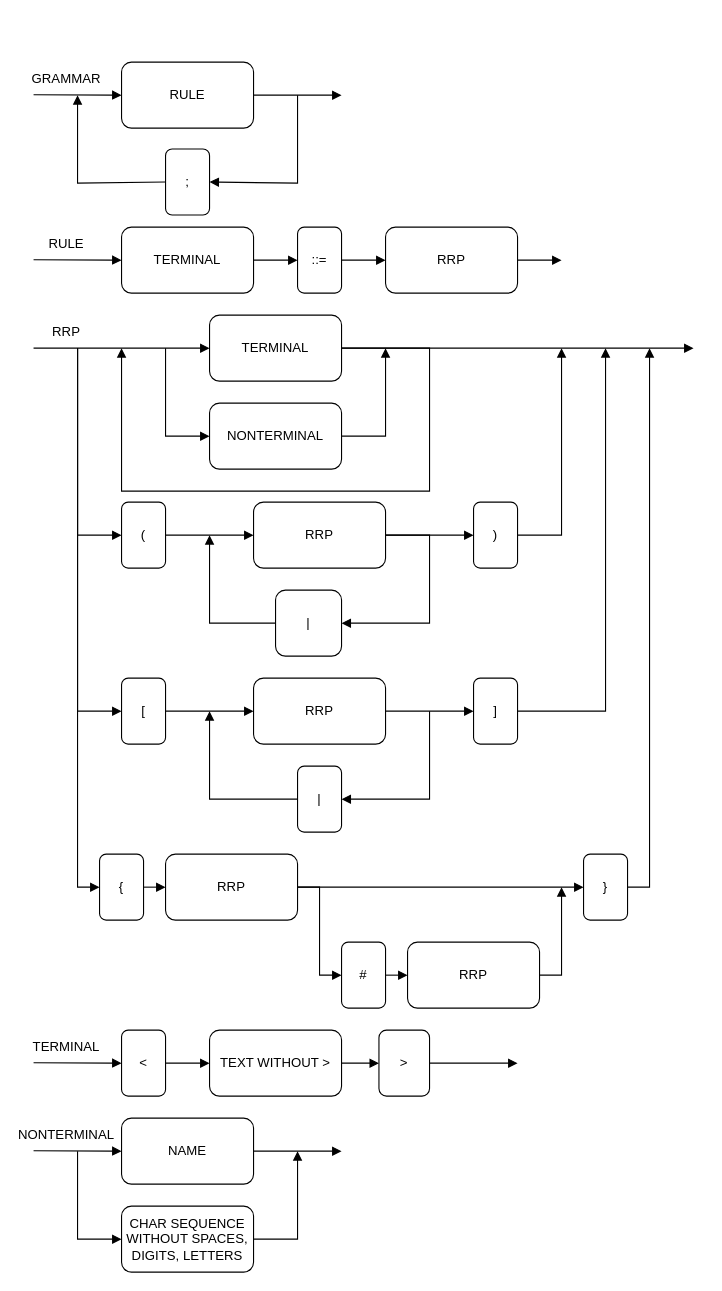
aVorotnikov/dsl_generator keeps this draw.io diagram as docs/raw_diagrams/grammar_description.drawio. Above is the earlier version. Source tidied: cells renumbered, new cells numbered last; positions are measured from the earlier drawing's top-left corner, leaving out a move shared by most shapes. Both pictures are drawn from the tidied source at 110%, with x=0, y=0 at pixel (33, 62).
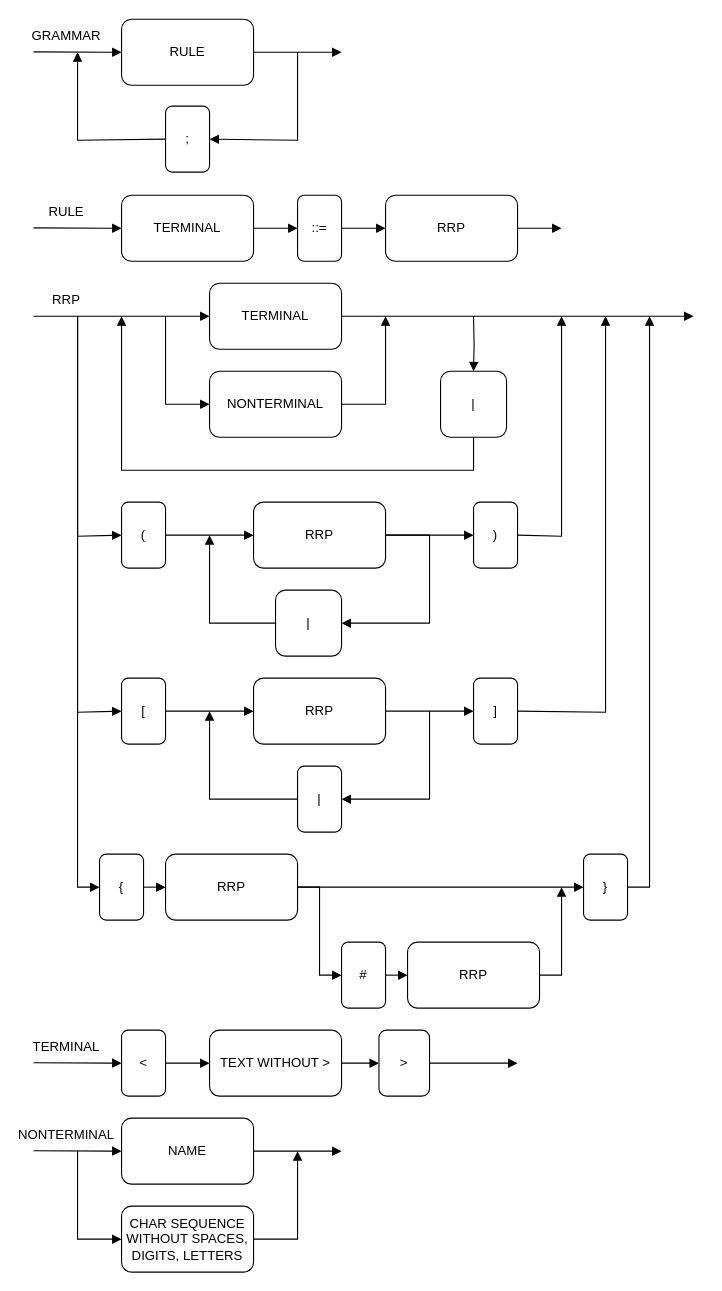
The same page after the edit.

Commit message:
Fix right rule part in terminal/nonterminal root

The change refers to these unchanged cells:
```xml
<mxCell id="31" value="[" style="rounded=1;whiteSpace=wrap;html=1;" parent="1" vertex="1">
  <mxGeometry x="80" y="560" width="40" height="60" as="geometry" />
</mxCell>
<mxCell id="34" value="]" style="rounded=1;whiteSpace=wrap;html=1;" parent="1" vertex="1">
  <mxGeometry x="400" y="560" width="40" height="60" as="geometry" />
</mxCell>
<mxCell id="42" value="{" style="rounded=1;whiteSpace=wrap;html=1;" parent="1" vertex="1">
  <mxGeometry x="60" y="720" width="40" height="60" as="geometry" />
</mxCell>
<mxCell id="45" value="}" style="rounded=1;whiteSpace=wrap;html=1;" parent="1" vertex="1">
  <mxGeometry x="500" y="720" width="40" height="60" as="geometry" />
</mxCell>
<mxCell id="50" value="(" style="rounded=1;whiteSpace=wrap;html=1;" parent="1" vertex="1">
  <mxGeometry x="80" y="400" width="40" height="60" as="geometry" />
</mxCell>
<mxCell id="51" value=")" style="rounded=1;whiteSpace=wrap;html=1;" parent="1" vertex="1">
  <mxGeometry x="400" y="400" width="40" height="60" as="geometry" />
</mxCell>
```

The edit, as a diff of the source:
```diff
@@
     <mxCell id="2" value="RULE" style="rounded=1;whiteSpace=wrap;html=1;" parent="1" vertex="1">
-      <mxGeometry x="80" width="120" height="60" as="geometry" />
+      <mxGeometry x="80" y="-39" width="120" height="60" as="geometry" />
     </mxCell>
     <mxCell id="3" value=";" style="rounded=1;whiteSpace=wrap;html=1;" parent="1" vertex="1">
-      <mxGeometry x="120" y="79" width="40" height="60" as="geometry" />
+      <mxGeometry x="120" y="40" width="40" height="60" as="geometry" />
     </mxCell>
     <mxCell id="4" style="endArrow=block;endFill=1;html=1;rounded=0;" parent="1" edge="1">
       <mxGeometry relative="1" as="geometry">
-        <mxPoint x="200" y="30" as="sourcePoint" />
-        <mxPoint x="280" y="30" as="targetPoint" />
+        <mxPoint x="200" y="-9" as="sourcePoint" />
+        <mxPoint x="280" y="-9" as="targetPoint" />
       </mxGeometry>
     </mxCell>
     <mxCell id="5" style="endArrow=block;endFill=1;html=1;rounded=0;entryX=0;entryY=0.5;entryDx=0;entryDy=0;" parent="1" edge="1" target="2">
       <mxGeometry relative="1" as="geometry">
-        <mxPoint y="29.7" as="sourcePoint" />
+        <mxPoint y="-9.3" as="sourcePoint" />
       </mxGeometry>
     </mxCell>
     <mxCell id="6" style="endArrow=block;endFill=1;html=1;rounded=0;entryX=1;entryY=0.5;entryDx=0;entryDy=0;" parent="1" edge="1" target="3">
       <mxGeometry relative="1" as="geometry">
-        <mxPoint x="240" y="30" as="sourcePoint" />
+        <mxPoint x="240" y="-9" as="sourcePoint" />
         <Array as="points">
-          <mxPoint x="240" y="110" />
+          <mxPoint x="240" y="71" />
         </Array>
       </mxGeometry>
     </mxCell>
     <mxCell id="7" style="endArrow=block;endFill=1;html=1;rounded=0;exitX=0;exitY=0.5;exitDx=0;exitDy=0;" parent="1" edge="1" source="3">
       <mxGeometry relative="1" as="geometry">
-        <mxPoint x="40" y="30" as="targetPoint" />
+        <mxPoint x="40" y="-9" as="targetPoint" />
         <Array as="points">
-          <mxPoint x="40" y="110" />
+          <mxPoint x="40" y="71" />
         </Array>
       </mxGeometry>
     </mxCell>
     <mxCell id="8" value="GRAMMAR" style="text;html=1;strokeColor=none;fillColor=none;align=center;verticalAlign=middle;whiteSpace=wrap;rounded=0;" parent="1" vertex="1">
-      <mxGeometry width="60" height="30" as="geometry" />
+      <mxGeometry y="-39" width="60" height="30" as="geometry" />
     </mxCell>
     <mxCell id="9" value="TERMINAL" style="rounded=1;whiteSpace=wrap;html=1;" parent="1" vertex="1">
-      <mxGeometry x="80" y="150" width="120" height="60" as="geometry" />
+      <mxGeometry x="80" y="121" width="120" height="60" as="geometry" />
     </mxCell>
     <mxCell id="10" style="endArrow=block;endFill=1;html=1;rounded=0;entryX=0;entryY=0.5;entryDx=0;entryDy=0;" parent="1" edge="1" target="9">
       <mxGeometry relative="1" as="geometry">
-        <mxPoint y="179.7" as="sourcePoint" />
+        <mxPoint y="150.7" as="sourcePoint" />
       </mxGeometry>
     </mxCell>
     <mxCell id="11" value="RULE" style="text;html=1;strokeColor=none;fillColor=none;align=center;verticalAlign=middle;whiteSpace=wrap;rounded=0;" parent="1" vertex="1">
-      <mxGeometry y="150" width="60" height="30" as="geometry" />
+      <mxGeometry y="121" width="60" height="30" as="geometry" />
     </mxCell>
@@
     <mxCell id="13" value="::=" style="rounded=1;whiteSpace=wrap;html=1;" parent="1" vertex="1">
-      <mxGeometry x="240" y="150" width="40" height="60" as="geometry" />
+      <mxGeometry x="240" y="121" width="40" height="60" as="geometry" />
     </mxCell>
@@
     <mxCell id="15" value="RRP" style="rounded=1;whiteSpace=wrap;html=1;" parent="1" vertex="1">
-      <mxGeometry x="320" y="150" width="120" height="60" as="geometry" />
+      <mxGeometry x="320" y="121" width="120" height="60" as="geometry" />
     </mxCell>
     <mxCell id="16" style="edgeStyle=orthogonalEdgeStyle;rounded=0;jettySize=auto;html=1;endArrow=block;endFill=1;exitX=1;exitY=0.5;exitDx=0;exitDy=0;" parent="1" edge="1" source="15">
       <mxGeometry relative="1" as="geometry">
-        <mxPoint x="480" y="180" as="targetPoint" />
+        <mxPoint x="480" y="151" as="targetPoint" />
       </mxGeometry>
     </mxCell>
     <mxCell id="17" value="TERMINAL" style="rounded=1;whiteSpace=wrap;html=1;" parent="1" vertex="1">
-      <mxGeometry x="160" y="230" width="120" height="60" as="geometry" />
+      <mxGeometry x="160" y="201" width="120" height="60" as="geometry" />
     </mxCell>
     <mxCell id="18" style="endArrow=block;endFill=1;html=1;rounded=0;entryX=0;entryY=0.5;entryDx=0;entryDy=0;" parent="1" edge="1" target="17">
       <mxGeometry relative="1" as="geometry">
-        <mxPoint y="260" as="sourcePoint" />
+        <mxPoint y="231" as="sourcePoint" />
       </mxGeometry>
     </mxCell>
     <mxCell id="19" value="RRP" style="text;html=1;strokeColor=none;fillColor=none;align=center;verticalAlign=middle;whiteSpace=wrap;rounded=0;" parent="1" vertex="1">
-      <mxGeometry y="230" width="60" height="30" as="geometry" />
+      <mxGeometry y="201" width="60" height="30" as="geometry" />
     </mxCell>
     <mxCell id="20" value="NONTERMINAL" style="rounded=1;whiteSpace=wrap;html=1;" parent="1" vertex="1">
-      <mxGeometry x="160" y="310" width="120" height="60" as="geometry" />
+      <mxGeometry x="160" y="281" width="120" height="60" as="geometry" />
     </mxCell>
     <mxCell id="21" style="endArrow=block;endFill=1;html=1;rounded=0;entryX=0;entryY=0.5;entryDx=0;entryDy=0;" parent="1" edge="1" target="20">
       <mxGeometry relative="1" as="geometry">
-        <mxPoint x="120" y="260" as="sourcePoint" />
+        <mxPoint x="120" y="231" as="sourcePoint" />
         <Array as="points">
-          <mxPoint x="120" y="340" />
+          <mxPoint x="120" y="311" />
         </Array>
       </mxGeometry>
     </mxCell>
-    <mxCell id="22" style="endArrow=block;endFill=1;html=1;rounded=0;exitX=1;exitY=0.5;exitDx=0;exitDy=0;" parent="1" edge="1" source="17">
-      <mxGeometry relative="1" as="geometry">
-        <mxPoint x="80" y="260" as="targetPoint" />
-        <Array as="points">
-          <mxPoint x="360" y="260" />
-          <mxPoint x="360" y="390" />
-          <mxPoint x="80" y="390" />
-        </Array>
-      </mxGeometry>
-    </mxCell>
     <mxCell id="23" style="endArrow=block;endFill=1;html=1;rounded=0;exitX=1;exitY=0.5;exitDx=0;exitDy=0;" parent="1" edge="1" source="17">
       <mxGeometry relative="1" as="geometry">
-        <mxPoint x="600" y="260" as="targetPoint" />
+        <mxPoint x="600" y="231" as="targetPoint" />
       </mxGeometry>
     </mxCell>
     <mxCell id="24" style="endArrow=block;endFill=1;html=1;rounded=0;entryX=0;entryY=0.5;entryDx=0;entryDy=0;" parent="1" edge="1" target="50">
       <mxGeometry relative="1" as="geometry">
-        <mxPoint x="40" y="260" as="sourcePoint" />
+        <mxPoint x="40" y="231" as="sourcePoint" />
         <Array as="points">
-          <mxPoint x="40" y="430" />
+          <mxPoint x="40" y="431" />
         </Array>
       </mxGeometry>
     </mxCell>
@@
     <mxCell id="26" style="endArrow=block;endFill=1;html=1;rounded=0;exitX=1;exitY=0.5;exitDx=0;exitDy=0;" parent="1" edge="1" source="51">
       <mxGeometry relative="1" as="geometry">
-        <mxPoint x="480" y="260" as="targetPoint" />
+        <mxPoint x="480" y="231" as="targetPoint" />
         <Array as="points">
-          <mxPoint x="480" y="430" />
+          <mxPoint x="480" y="431" />
         </Array>
       </mxGeometry>
     </mxCell>
@@
     <mxCell id="30" style="endArrow=block;endFill=1;html=1;rounded=0;entryX=0;entryY=0.5;entryDx=0;entryDy=0;" parent="1" edge="1" target="31">
       <mxGeometry relative="1" as="geometry">
-        <mxPoint x="40" y="260" as="sourcePoint" />
+        <mxPoint x="40" y="231" as="sourcePoint" />
         <Array as="points">
-          <mxPoint x="40" y="590" />
+          <mxPoint x="40" y="591" />
         </Array>
       </mxGeometry>
     </mxCell>
@@
     <mxCell id="39" style="endArrow=block;endFill=1;html=1;rounded=0;exitX=1;exitY=0.5;exitDx=0;exitDy=0;" parent="1" edge="1" source="34">
       <mxGeometry relative="1" as="geometry">
-        <mxPoint x="520" y="260" as="targetPoint" />
+        <mxPoint x="520" y="231" as="targetPoint" />
         <Array as="points">
-          <mxPoint x="520" y="590" />
+          <mxPoint x="520" y="591" />
         </Array>
       </mxGeometry>
     </mxCell>
     <mxCell id="40" style="endArrow=block;endFill=1;html=1;rounded=0;exitX=1;exitY=0.5;exitDx=0;exitDy=0;" parent="1" edge="1" source="20">
       <mxGeometry relative="1" as="geometry">
-        <mxPoint x="320" y="260" as="targetPoint" />
+        <mxPoint x="320" y="231" as="targetPoint" />
         <Array as="points">
-          <mxPoint x="320" y="340" />
+          <mxPoint x="320" y="311" />
         </Array>
       </mxGeometry>
     </mxCell>
     <mxCell id="41" style="endArrow=block;endFill=1;html=1;rounded=0;entryX=0;entryY=0.5;entryDx=0;entryDy=0;" parent="1" edge="1" target="42">
       <mxGeometry relative="1" as="geometry">
-        <mxPoint x="40" y="260" as="sourcePoint" />
+        <mxPoint x="40" y="231" as="sourcePoint" />
         <Array as="points">
           <mxPoint x="40" y="750" />
         </Array>
       </mxGeometry>
     </mxCell>
@@
     <mxCell id="48" style="endArrow=block;endFill=1;html=1;rounded=0;exitX=1;exitY=0.5;exitDx=0;exitDy=0;" parent="1" edge="1" source="45">
       <mxGeometry relative="1" as="geometry">
-        <mxPoint x="560" y="260" as="targetPoint" />
+        <mxPoint x="560" y="231" as="targetPoint" />
         <Array as="points">
           <mxPoint x="560" y="750" />
         </Array>
       </mxGeometry>
     </mxCell>
@@
+    <mxCell id="72" value="|" style="rounded=1;whiteSpace=wrap;html=1;" parent="1" vertex="1">
+      <mxGeometry x="370" y="281" width="60" height="60" as="geometry" />
+    </mxCell>
+    <mxCell id="73" style="edgeStyle=orthogonalEdgeStyle;rounded=0;jettySize=auto;html=1;endArrow=block;endFill=1;entryX=0.5;entryY=0;entryDx=0;entryDy=0;" parent="1" edge="1" target="72">
+      <mxGeometry relative="1" as="geometry">
+        <mxPoint x="400" y="231" as="sourcePoint" />
+      </mxGeometry>
+    </mxCell>
+    <mxCell id="74" style="edgeStyle=orthogonalEdgeStyle;rounded=0;jettySize=auto;html=1;endArrow=block;endFill=1;exitX=0.5;exitY=1;exitDx=0;exitDy=0;" parent="1" edge="1" source="72">
+      <mxGeometry relative="1" as="geometry">
+        <mxPoint x="80" y="231" as="targetPoint" />
+        <Array as="points">
+          <mxPoint x="400" y="371" />
+          <mxPoint x="80" y="371" />
+        </Array>
+      </mxGeometry>
+    </mxCell>
```
